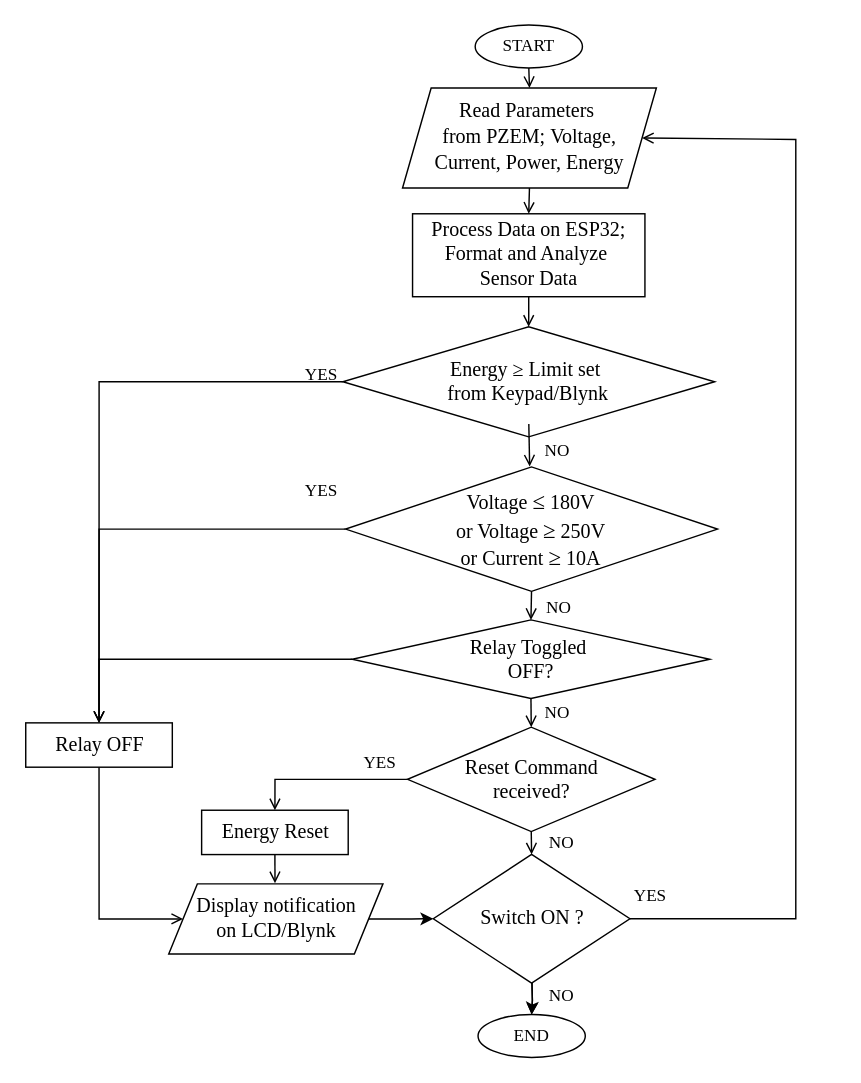
Before: Control Flowchart.drawio in Adeolu-Aremu/AIoT-Energy-Meter, a draw.io diagram. Source tidied: cells renumbered, new cells numbered last; positions are measured from the earlier drawing's top-left corner, leaving out a move shared by most shapes. Both pictures are drawn from the tidied source at 143%, with x=0, y=0 at pixel (26, 24).
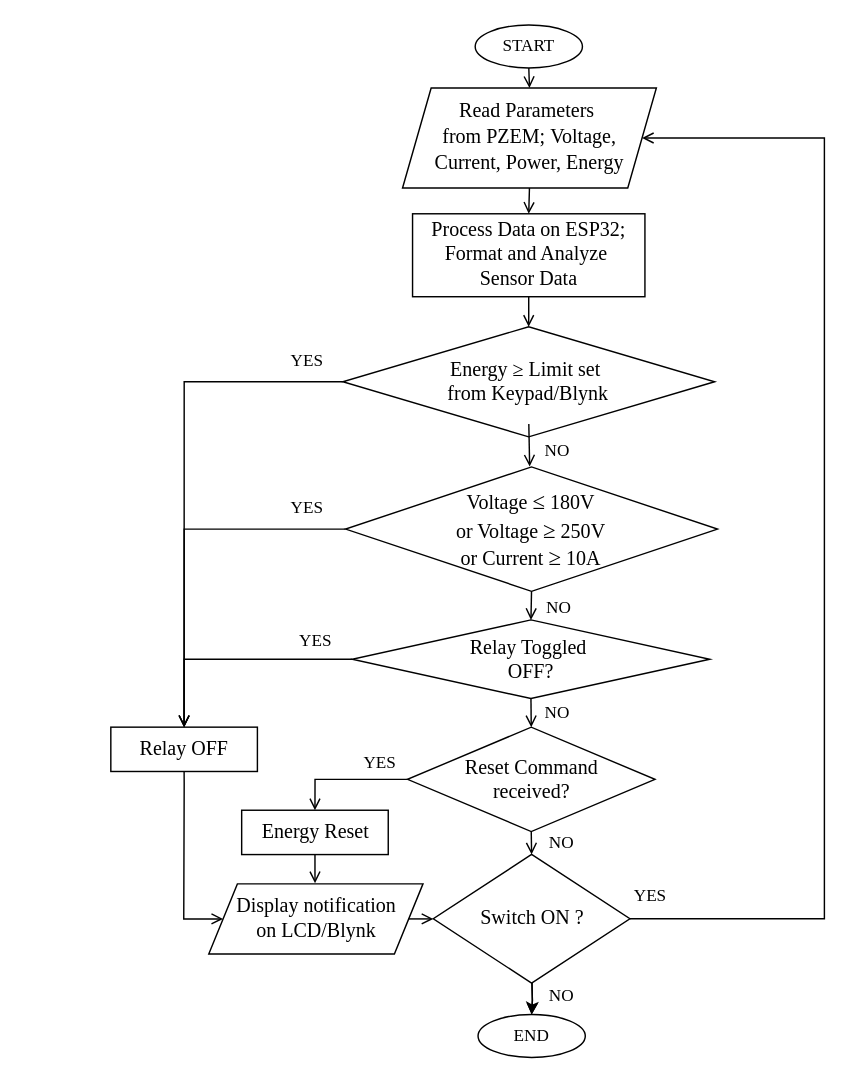
Above is the later version.

Unchanged cells that the change refers to:
```xml
<mxCell id="3" value="&lt;div style=&quot;text-wrap-mode: nowrap;&quot;&gt;&lt;font style=&quot;font-size: 14px;&quot; face=&quot;Times New Roman&quot;&gt;Read Parameters&amp;nbsp;&lt;/font&gt;&lt;/div&gt;&lt;div style=&quot;text-wrap-mode: nowrap;&quot;&gt;&lt;font style=&quot;font-size: 14px;&quot;&gt;&lt;font face=&quot;Times New Roman&quot;&gt;from PZEM;&amp;nbsp;&lt;/font&gt;&lt;span style=&quot;font-family: &amp;quot;Times New Roman&amp;quot;; background-color: transparent; color: light-dark(rgb(0, 0, 0), rgb(255, 255, 255));&quot;&gt;Voltage,&lt;/span&gt;&lt;/font&gt;&lt;/div&gt;&lt;div style=&quot;text-wrap-mode: nowrap;&quot;&gt;&lt;font style=&quot;font-size: 14px;&quot;&gt;&lt;span style=&quot;font-family: &amp;quot;Times New Roman&amp;quot;; background-color: transparent; color: light-dark(rgb(0, 0, 0), rgb(255, 255, 255));&quot;&gt;Current,&amp;nbsp;&lt;/span&gt;&lt;span style=&quot;font-family: &amp;quot;Times New Roman&amp;quot;; background-color: transparent; color: light-dark(rgb(0, 0, 0), rgb(255, 255, 255));&quot;&gt;Power,&amp;nbsp;&lt;/span&gt;&lt;span style=&quot;font-family: &amp;quot;Times New Roman&amp;quot;; background-color: transparent; color: light-dark(rgb(0, 0, 0), rgb(255, 255, 255));&quot;&gt;Energy&lt;/span&gt;&lt;/font&gt;&lt;/div&gt;" style="shape=parallelogram;perimeter=parallelogramPerimeter;whiteSpace=wrap;html=1;fixedSize=1;" parent="1" vertex="1">
  <mxGeometry x="263" y="44" width="177.5" height="70" as="geometry" />
</mxCell>
<mxCell id="9" value="&lt;font style=&quot;font-size: 14px;&quot; face=&quot;Times New Roman&quot;&gt;Switch ON ?&lt;/font&gt;" style="strokeWidth=1;html=1;shape=mxgraph.flowchart.decision;whiteSpace=wrap;" parent="1" vertex="1">
  <mxGeometry x="284.5" y="580" width="137.5" height="90" as="geometry" />
</mxCell>
<mxCell id="17" value="&lt;div style=&quot;forced-color-adjust: none; color: rgb(0, 0, 0); font-style: normal; font-variant-ligatures: normal; font-variant-caps: normal; font-weight: 400; letter-spacing: normal; orphans: 2; text-align: center; text-indent: 0px; text-transform: none; widows: 2; word-spacing: 0px; -webkit-text-stroke-width: 0px; white-space: nowrap; text-decoration-thickness: initial; text-decoration-style: initial; text-decoration-color: initial;&quot;&gt;&lt;font face=&quot;Times New Roman&quot;&gt;&lt;span style=&quot;font-size: 14px;&quot;&gt;Voltage&amp;nbsp;&lt;/span&gt;&lt;/font&gt;&lt;span style=&quot;font-family: &amp;quot;Times New Roman&amp;quot;, serif; font-size: 12pt; background-color: transparent; color: light-dark(rgb(0, 0, 0), rgb(255, 255, 255)); text-wrap-mode: wrap;&quot;&gt;≤&lt;/span&gt;&lt;span style=&quot;font-size: 14px; font-family: &amp;quot;Times New Roman&amp;quot;; color: light-dark(rgb(0, 0, 0), rgb(237, 237, 237)); background-color: transparent;&quot;&gt;&amp;nbsp;180V&lt;/span&gt;&lt;/div&gt;&lt;div style=&quot;forced-color-adjust: none; color: rgb(0, 0, 0); font-style: normal; font-variant-ligatures: normal; font-variant-caps: normal; font-weight: 400; letter-spacing: normal; orphans: 2; text-align: center; text-indent: 0px; text-transform: none; widows: 2; word-spacing: 0px; -webkit-text-stroke-width: 0px; white-space: nowrap; text-decoration-thickness: initial; text-decoration-style: initial; text-decoration-color: initial;&quot;&gt;&lt;font face=&quot;Times New Roman&quot;&gt;&lt;span style=&quot;font-size: 14px;&quot;&gt;or Voltage&amp;nbsp;&lt;/span&gt;&lt;/font&gt;&lt;span style=&quot;font-family: &amp;quot;Times New Roman&amp;quot;, serif; font-size: 12pt; background-color: transparent; color: light-dark(rgb(0, 0, 0), rgb(255, 255, 255)); text-wrap-mode: wrap;&quot;&gt;≥&lt;/span&gt;&lt;span style=&quot;font-size: 14px; font-family: &amp;quot;Times New Roman&amp;quot;; color: light-dark(rgb(0, 0, 0), rgb(237, 237, 237)); background-color: transparent;&quot;&gt;&amp;nbsp;250V&lt;/span&gt;&lt;/div&gt;&lt;div style=&quot;forced-color-adjust: none; color: rgb(0, 0, 0); font-style: normal; font-variant-ligatures: normal; font-variant-caps: normal; font-weight: 400; letter-spacing: normal; orphans: 2; text-align: center; text-indent: 0px; text-transform: none; widows: 2; word-spacing: 0px; -webkit-text-stroke-width: 0px; white-space: nowrap; text-decoration-thickness: initial; text-decoration-style: initial; text-decoration-color: initial;&quot;&gt;&lt;font face=&quot;Times New Roman&quot;&gt;&lt;span style=&quot;font-size: 14px;&quot;&gt;or Current&amp;nbsp;&lt;/span&gt;&lt;/font&gt;&lt;span style=&quot;font-family: &amp;quot;Times New Roman&amp;quot;, serif; font-size: 12pt; background-color: transparent; color: light-dark(rgb(0, 0, 0), rgb(255, 255, 255)); text-wrap-mode: wrap;&quot;&gt;≥&lt;/span&gt;&lt;span style=&quot;font-size: 14px; font-family: &amp;quot;Times New Roman&amp;quot;; color: light-dark(rgb(0, 0, 0), rgb(237, 237, 237)); background-color: transparent;&quot;&gt;&amp;nbsp;10A&lt;/span&gt;&lt;/div&gt;" style="rhombus;whiteSpace=wrap;html=1;direction=south;" parent="1" vertex="1">
  <mxGeometry x="223.2" y="309" width="260" height="87" as="geometry" />
</mxCell>
<mxCell id="18" value="&lt;div style=&quot;forced-color-adjust: none; color: rgb(0, 0, 0); font-style: normal; font-variant-ligatures: normal; font-variant-caps: normal; font-weight: 400; letter-spacing: normal; orphans: 2; text-align: center; text-indent: 0px; text-transform: none; widows: 2; word-spacing: 0px; -webkit-text-stroke-width: 0px; white-space: nowrap; text-decoration-thickness: initial; text-decoration-style: initial; text-decoration-color: initial;&quot;&gt;&lt;font face=&quot;Times New Roman&quot;&gt;&lt;span style=&quot;font-size: 14px;&quot;&gt;Reset Command&lt;/span&gt;&lt;/font&gt;&lt;/div&gt;&lt;div style=&quot;forced-color-adjust: none; color: rgb(0, 0, 0); font-style: normal; font-variant-ligatures: normal; font-variant-caps: normal; font-weight: 400; letter-spacing: normal; orphans: 2; text-align: center; text-indent: 0px; text-transform: none; widows: 2; word-spacing: 0px; -webkit-text-stroke-width: 0px; white-space: nowrap; text-decoration-thickness: initial; text-decoration-style: initial; text-decoration-color: initial;&quot;&gt;&lt;font face=&quot;Times New Roman&quot;&gt;&lt;span style=&quot;font-size: 14px;&quot;&gt;received?&lt;/span&gt;&lt;/font&gt;&lt;/div&gt;" style="rhombus;whiteSpace=wrap;html=1;direction=south;" parent="1" vertex="1">
  <mxGeometry x="266.5" y="491" width="173" height="73" as="geometry" />
</mxCell>
```

Diff of the diagram source:
```diff
@@
     <mxCell id="6" style="endArrow=open;html=1;rounded=0;exitX=1;exitY=0.5;exitDx=0;exitDy=0;entryX=1;entryY=0.5;entryDx=0;entryDy=0;endFill=0;exitPerimeter=0;" parent="1" edge="1" source="9" target="3">
       <mxGeometry relative="1" as="geometry">
         <Array as="points">
-          <mxPoint x="538" y="625" />
-          <mxPoint x="538" y="80" />
+          <mxPoint x="558" y="625" />
+          <mxPoint x="558" y="79" />
         </Array>
       </mxGeometry>
     </mxCell>
@@
     <mxCell id="21" value="&lt;font face=&quot;Times New Roman&quot;&gt;&lt;span style=&quot;font-size: 14px;&quot;&gt;Relay OFF&lt;/span&gt;&lt;/font&gt;" style="rounded=0;whiteSpace=wrap;html=1;" parent="1" vertex="1">
-      <mxGeometry x="-0.5" y="488" width="102.5" height="31" as="geometry" />
+      <mxGeometry x="59" y="491" width="102.5" height="31" as="geometry" />
     </mxCell>
@@
-    <mxCell id="23" style="edgeStyle=orthogonalEdgeStyle;rounded=0;jettySize=auto;html=1;endArrow=open;endFill=0;entryX=0.5;entryY=0;entryDx=0;entryDy=0;" parent="1" edge="1" source="17" target="21">
+    <mxCell id="23" style="edgeStyle=orthogonalEdgeStyle;rounded=0;jettySize=auto;html=1;endArrow=open;endFill=0;entryX=0.5;entryY=0;entryDx=0;entryDy=0;exitX=0.5;exitY=1;exitDx=0;exitDy=0;" parent="1" edge="1" source="17" target="21">
       <mxGeometry relative="1" as="geometry" />
     </mxCell>
-    <mxCell id="24" style="edgeStyle=orthogonalEdgeStyle;rounded=0;jettySize=auto;html=1;endArrow=open;endFill=0;exitX=0.5;exitY=1;exitDx=0;exitDy=0;entryX=0.5;entryY=0;entryDx=0;entryDy=0;" parent="1" edge="1" source="18" target="31">
+    <mxCell id="24" style="edgeStyle=orthogonalEdgeStyle;rounded=0;jettySize=auto;html=1;endArrow=open;endFill=0;entryX=0.5;entryY=0;entryDx=0;entryDy=0;exitX=0.5;exitY=1;exitDx=0;exitDy=0;" parent="1" edge="1" source="18" target="31">
       <mxGeometry relative="1" as="geometry" />
     </mxCell>
     <mxCell id="25" value="&lt;h6&gt;&lt;span style=&quot;color: light-dark(rgb(0, 0, 0), rgb(255, 255, 255)); font-weight: normal;&quot;&gt;&lt;font style=&quot;font-size: 12px;&quot; face=&quot;Times New Roman&quot;&gt;YES&lt;/font&gt;&lt;/span&gt;&lt;/h6&gt;&lt;div&gt;&lt;/div&gt;" style="text;html=1;align=center;verticalAlign=middle;strokeColor=none;fillColor=none;" parent="1" vertex="1">
-      <mxGeometry x="180.5" y="210" width="50" height="70" as="geometry" />
+      <mxGeometry x="171.2" y="200" width="50" height="70" as="geometry" />
     </mxCell>
     <mxCell id="26" value="&lt;h6&gt;&lt;span style=&quot;color: light-dark(rgb(0, 0, 0), rgb(255, 255, 255)); font-weight: normal;&quot;&gt;&lt;font style=&quot;font-size: 12px;&quot; face=&quot;Times New Roman&quot;&gt;YES&lt;/font&gt;&lt;/span&gt;&lt;/h6&gt;&lt;div&gt;&lt;/div&gt;" style="text;html=1;align=center;verticalAlign=middle;strokeColor=none;fillColor=none;" parent="1" vertex="1">
-      <mxGeometry x="180.5" y="291" width="50" height="70" as="geometry" />
+      <mxGeometry x="171.2" y="303" width="50" height="70" as="geometry" />
     </mxCell>
@@
     <mxCell id="31" value="&lt;font face=&quot;Times New Roman&quot;&gt;&lt;span style=&quot;font-size: 14px;&quot;&gt;Energy Reset&lt;/span&gt;&lt;/font&gt;" style="rounded=0;whiteSpace=wrap;html=1;" parent="1" vertex="1">
-      <mxGeometry x="122.5" y="549.1" width="102.5" height="31" as="geometry" />
+      <mxGeometry x="150.5" y="549.1" width="102.5" height="31" as="geometry" />
     </mxCell>
-    <mxCell id="32" style="edgeStyle=orthogonalEdgeStyle;rounded=0;jettySize=auto;html=1;entryX=0;entryY=0.5;entryDx=0;entryDy=0;entryPerimeter=0;" parent="1" edge="1" source="33" target="9">
-      <mxGeometry relative="1" as="geometry" />
-    </mxCell>
+    <mxCell id="34" style="edgeStyle=orthogonalEdgeStyle;rounded=0;jettySize=auto;html=1;endArrow=open;endFill=0;exitX=0.5;exitY=1;exitDx=0;exitDy=0;entryX=0;entryY=0.5;entryDx=0;entryDy=0;" parent="1" edge="1" source="21" target="33">
+      <mxGeometry relative="1" as="geometry">
+        <Array as="points">
+          <mxPoint x="110" y="530" />
+          <mxPoint x="110" y="530" />
+          <mxPoint x="110" y="625" />
+        </Array>
+      </mxGeometry>
+    </mxCell>
     <mxCell id="33" value="&lt;div style=&quot;text-wrap-mode: nowrap;&quot;&gt;&lt;font face=&quot;Times New Roman&quot;&gt;&lt;span style=&quot;font-size: 14px;&quot;&gt;Display notification&lt;/span&gt;&lt;/font&gt;&lt;/div&gt;&lt;div style=&quot;text-wrap-mode: nowrap;&quot;&gt;&lt;font face=&quot;Times New Roman&quot;&gt;&lt;span style=&quot;font-size: 14px;&quot;&gt;on LCD/Blynk&lt;/span&gt;&lt;/font&gt;&lt;/div&gt;" style="shape=parallelogram;perimeter=parallelogramPerimeter;whiteSpace=wrap;html=1;fixedSize=1;" parent="1" vertex="1">
-      <mxGeometry x="99.5" y="600.6" width="149.8" height="49" as="geometry" />
+      <mxGeometry x="127.5" y="600.6" width="149.8" height="49" as="geometry" />
     </mxCell>
-    <mxCell id="34" style="edgeStyle=orthogonalEdgeStyle;rounded=0;jettySize=auto;html=1;entryX=0;entryY=0.5;entryDx=0;entryDy=0;endArrow=open;endFill=0;exitX=0.5;exitY=1;exitDx=0;exitDy=0;" parent="1" edge="1" source="21" target="33">
-      <mxGeometry relative="1" as="geometry">
-        <Array as="points">
-          <mxPoint x="50.5" y="625" />
-        </Array>
-      </mxGeometry>
-    </mxCell>
@@
+    <mxCell id="32" style="edgeStyle=orthogonalEdgeStyle;rounded=0;jettySize=auto;html=1;endArrow=open;endFill=0;exitX=1;exitY=0.5;exitDx=0;exitDy=0;entryX=0;entryY=0.5;entryDx=0;entryDy=0;entryPerimeter=0;" parent="1" edge="1" source="33" target="9">
+      <mxGeometry relative="1" as="geometry" />
+    </mxCell>
+    <mxCell id="40" value="&lt;h6&gt;&lt;span style=&quot;color: light-dark(rgb(0, 0, 0), rgb(255, 255, 255)); font-weight: normal;&quot;&gt;&lt;font style=&quot;font-size: 12px;&quot; face=&quot;Times New Roman&quot;&gt;YES&lt;/font&gt;&lt;/span&gt;&lt;/h6&gt;&lt;div&gt;&lt;/div&gt;" style="text;html=1;align=center;verticalAlign=middle;strokeColor=none;fillColor=none;" parent="1" vertex="1">
+      <mxGeometry x="177.4" y="396" width="50" height="70" as="geometry" />
+    </mxCell>
```
